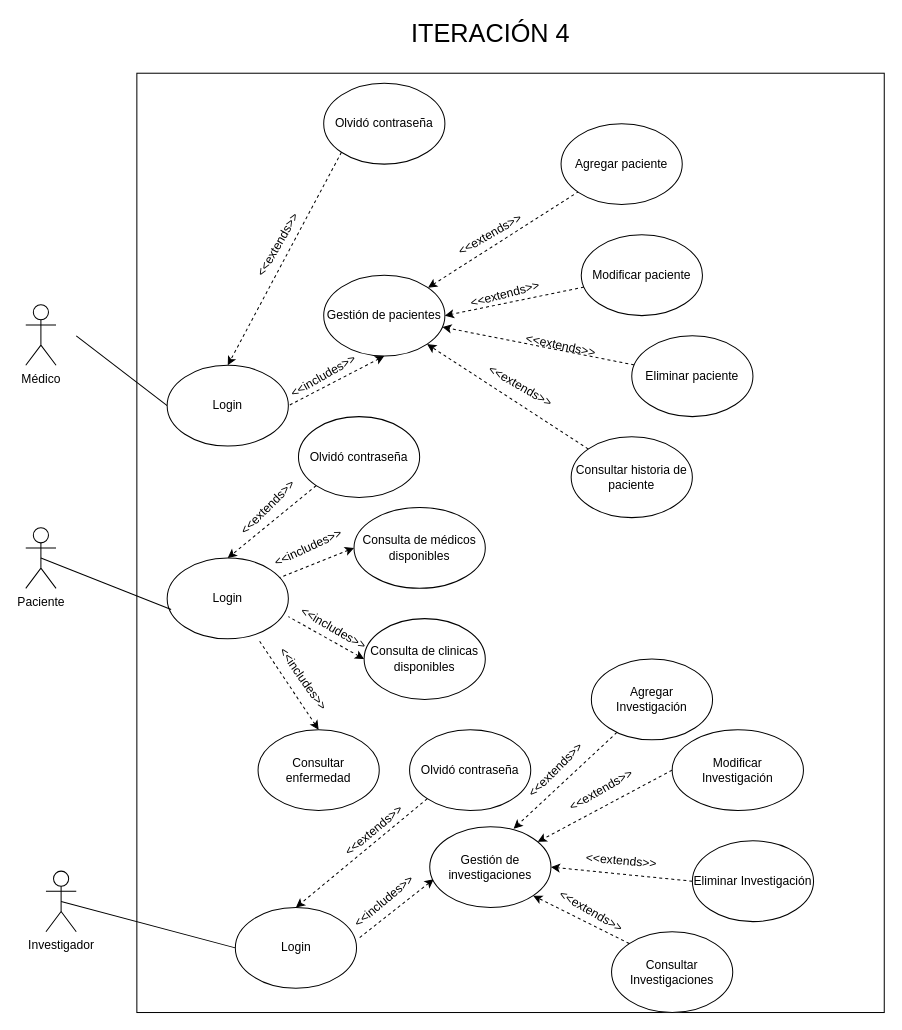
NeutronBlast/IS-Ex keeps this draw.io diagram as MET/CU-IT4.drawio. Above is the earlier version. Source tidied: cells renumbered, new cells numbered last; positions are measured from the earlier drawing's top-left corner, leaving out a move shared by most shapes. Both pictures are drawn from the tidied source at 101%, with x=0, y=0 at pixel (25, 22).
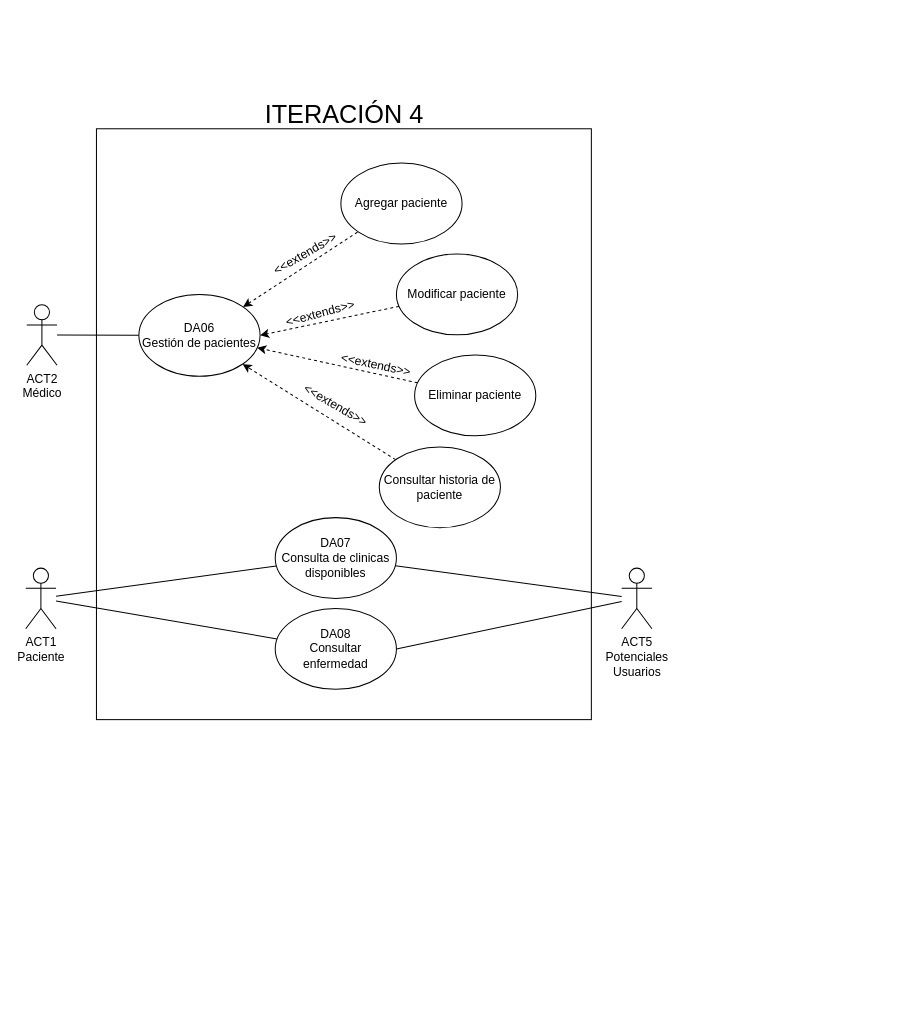
Above is the later version.

The edit, as a diff of the source:
```diff
@@
     <mxCell id="2" style="whiteSpace=wrap;html=1;" parent="1" vertex="1">
-      <mxGeometry x="110" y="50" width="740" height="930" as="geometry" />
+      <mxGeometry x="70" y="105" width="490" height="585" as="geometry" />
     </mxCell>
     <mxCell id="3" value="&lt;font style=&quot;font-size: 25px&quot;&gt;ITERACIÓN 4&lt;/font&gt;" style="text;html=1;align=center;verticalAlign=middle;" parent="1" vertex="1">
-      <mxGeometry x="375" width="170" height="20" as="geometry" />
+      <mxGeometry x="230" y="80" width="170" height="20" as="geometry" />
     </mxCell>
-    <mxCell id="4" value="Paciente" style="shape=umlActor;verticalLabelPosition=bottom;labelBackgroundColor=#ffffff;verticalAlign=top;html=1;outlineConnect=0;" parent="1" vertex="1">
-      <mxGeometry y="500" width="30" height="60" as="geometry" />
-    </mxCell>
@@
-    <mxCell id="6" style="edgeStyle=none;rounded=0;jettySize=auto;html=1;exitX=0;exitY=0.5;exitDx=0;exitDy=0;startArrow=none;startFill=0;endArrow=none;endFill=0;" parent="1" edge="1" source="31">
-      <mxGeometry relative="1" as="geometry">
-        <mxPoint x="50" y="310" as="targetPoint" />
-      </mxGeometry>
+    <mxCell id="6" style="edgeStyle=none;rounded=0;jettySize=auto;html=1;startArrow=none;startFill=0;endArrow=none;endFill=0;exitX=0;exitY=0.5;exitDx=0;exitDy=0;" parent="1" edge="1" source="7" target="17">
+      <mxGeometry relative="1" as="geometry" />
     </mxCell>
-    <mxCell id="7" value="Gestión de pacientes" style="ellipse;whiteSpace=wrap;html=1;" parent="1" vertex="1">
-      <mxGeometry x="295" y="250" width="120" height="80" as="geometry" />
+    <mxCell id="7" value="DA06&lt;br&gt;Gestión de pacientes" style="ellipse;whiteSpace=wrap;html=1;" parent="1" vertex="1">
+      <mxGeometry x="112" y="269" width="120" height="81" as="geometry" />
     </mxCell>
     <mxCell id="8" value="Agregar paciente" style="ellipse;whiteSpace=wrap;html=1;" parent="1" vertex="1">
-      <mxGeometry x="530" y="100" width="120" height="80" as="geometry" />
+      <mxGeometry x="312" y="139" width="120" height="80" as="geometry" />
     </mxCell>
@@
     <mxCell id="10" value="Eliminar paciente" style="ellipse;whiteSpace=wrap;html=1;" parent="1" vertex="1">
-      <mxGeometry x="600" y="310" width="120" height="80" as="geometry" />
+      <mxGeometry x="385" y="329" width="120" height="80" as="geometry" />
     </mxCell>
@@
     <mxCell id="12" value="Consultar historia de paciente" style="ellipse;whiteSpace=wrap;html=1;" parent="1" vertex="1">
-      <mxGeometry x="540" y="410" width="120" height="80" as="geometry" />
+      <mxGeometry x="350" y="420" width="120" height="80" as="geometry" />
     </mxCell>
+    <mxCell id="61" style="rounded=0;jettySize=auto;html=1;endArrow=none;endFill=0;" parent="1" edge="1" source="13" target="65">
+      <mxGeometry relative="1" as="geometry" />
+    </mxCell>
+    <mxCell id="62" style="edgeStyle=none;rounded=0;jettySize=auto;html=1;endArrow=none;endFill=0;" parent="1" edge="1" source="13" target="64">
+      <mxGeometry relative="1" as="geometry" />
+    </mxCell>
-    <mxCell id="13" value="Consulta de clinicas disponibles" style="ellipse;whiteSpace=wrap;html=1;" parent="1" vertex="1">
-      <mxGeometry x="335" y="590" width="120" height="80" as="geometry" />
+    <mxCell id="13" value="DA07&lt;br&gt;Consulta de clinicas disponibles" style="ellipse;whiteSpace=wrap;html=1;" parent="1" vertex="1">
+      <mxGeometry x="247" y="490" width="120" height="80" as="geometry" />
     </mxCell>
+    <mxCell id="63" style="edgeStyle=none;rounded=0;jettySize=auto;html=1;endArrow=none;endFill=0;" parent="1" edge="1" source="14" target="65">
+      <mxGeometry relative="1" as="geometry" />
+    </mxCell>
-    <mxCell id="14" value="Consultar enfermedad" style="ellipse;whiteSpace=wrap;html=1;" parent="1" vertex="1">
-      <mxGeometry x="230" y="700" width="120" height="80" as="geometry" />
+    <mxCell id="14" value="DA08&lt;br&gt;Consultar enfermedad" style="ellipse;whiteSpace=wrap;html=1;" parent="1" vertex="1">
+      <mxGeometry x="247" y="580" width="120" height="80" as="geometry" />
     </mxCell>
@@
     <mxCell id="16" value="Modificar paciente" style="ellipse;whiteSpace=wrap;html=1;" parent="1" vertex="1">
-      <mxGeometry x="550" y="210" width="120" height="80" as="geometry" />
+      <mxGeometry x="367" y="229" width="120" height="80" as="geometry" />
     </mxCell>
-    <mxCell id="17" value="Médico" style="shape=umlActor;verticalLabelPosition=bottom;labelBackgroundColor=#ffffff;verticalAlign=top;html=1;outlineConnect=0;" parent="1" vertex="1">
-      <mxGeometry y="279.2" width="30" height="60" as="geometry" />
+    <mxCell id="17" value="ACT2&lt;br&gt;Médico" style="shape=umlActor;verticalLabelPosition=bottom;labelBackgroundColor=#ffffff;verticalAlign=top;html=1;outlineConnect=0;" parent="1" vertex="1">
+      <mxGeometry x="1" y="279.2" width="30" height="60" as="geometry" />
     </mxCell>
     <mxCell id="18" value="&amp;lt;&amp;lt;extends&amp;gt;&amp;gt;" style="text;html=1;strokeColor=none;fillColor=none;align=center;verticalAlign=middle;whiteSpace=wrap;rounded=0;rotation=-30;" parent="1" vertex="1">
-      <mxGeometry x="440" y="200" width="40" height="20" as="geometry" />
+      <mxGeometry x="257" y="219" width="40" height="20" as="geometry" />
     </mxCell>
     <mxCell id="19" value="&amp;lt;&amp;lt;extends&amp;gt;&amp;gt;" style="text;html=1;strokeColor=none;fillColor=none;align=center;verticalAlign=middle;whiteSpace=wrap;rounded=0;rotation=-15;" parent="1" vertex="1">
-      <mxGeometry x="455" y="259.2" width="40" height="20" as="geometry" />
+      <mxGeometry x="272" y="278.2" width="40" height="20" as="geometry" />
     </mxCell>
     <mxCell id="20" value="&amp;lt;&amp;lt;extends&amp;gt;&amp;gt;" style="text;html=1;strokeColor=none;fillColor=none;align=center;verticalAlign=middle;whiteSpace=wrap;rounded=0;rotation=12;" parent="1" vertex="1">
-      <mxGeometry x="510" y="310" width="40" height="20" as="geometry" />
+      <mxGeometry x="327" y="329" width="40" height="20" as="geometry" />
     </mxCell>
     <mxCell id="21" value="&amp;lt;&amp;lt;extends&amp;gt;&amp;gt;" style="text;html=1;strokeColor=none;fillColor=none;align=center;verticalAlign=middle;whiteSpace=wrap;rounded=0;rotation=30;" parent="1" vertex="1">
-      <mxGeometry x="470" y="350" width="40" height="20" as="geometry" />
+      <mxGeometry x="287" y="369" width="40" height="20" as="geometry" />
     </mxCell>
-    <mxCell id="22" value="Consulta de médicos disponibles" style="ellipse;whiteSpace=wrap;html=1;" parent="1" vertex="1">
-      <mxGeometry x="325" y="480" width="130" height="80" as="geometry" />
-    </mxCell>
-    <mxCell id="23" value="Login" style="ellipse;whiteSpace=wrap;html=1;" parent="1" vertex="1">
-      <mxGeometry x="140" y="530" width="120" height="80" as="geometry" />
-    </mxCell>
-    <mxCell id="24" style="edgeStyle=none;rounded=0;jettySize=auto;html=1;exitX=0.033;exitY=0.638;exitDx=0;exitDy=0;startArrow=none;startFill=0;endArrow=none;endFill=0;entryX=0.5;entryY=0.5;entryDx=0;entryDy=0;entryPerimeter=0;exitPerimeter=0;" parent="1" edge="1" source="23" target="4">
+    <mxCell id="24" style="edgeStyle=none;rounded=0;jettySize=auto;html=1;exitX=1;exitY=0.5;exitDx=0;exitDy=0;startArrow=none;startFill=0;endArrow=none;endFill=0;" parent="1" edge="1" source="14" target="64">
       <mxGeometry relative="1" as="geometry" />
     </mxCell>
-    <mxCell id="25" style="edgeStyle=none;rounded=0;jettySize=auto;html=1;dashed=1;startArrow=classic;startFill=1;endArrow=none;endFill=0;exitX=0;exitY=0.5;exitDx=0;exitDy=0;" parent="1" edge="1" source="22" target="23">
-      <mxGeometry relative="1" as="geometry" />
-    </mxCell>
-    <mxCell id="26" style="edgeStyle=none;rounded=0;jettySize=auto;html=1;dashed=1;startArrow=classic;startFill=1;endArrow=none;endFill=0;exitX=0;exitY=0.5;exitDx=0;exitDy=0;entryX=1;entryY=0.725;entryDx=0;entryDy=0;entryPerimeter=0;" parent="1" edge="1" source="13" target="23">
-      <mxGeometry relative="1" as="geometry" />
-    </mxCell>
-    <mxCell id="27" style="edgeStyle=none;rounded=0;jettySize=auto;html=1;dashed=1;startArrow=classic;startFill=1;endArrow=none;endFill=0;exitX=0.5;exitY=0;exitDx=0;exitDy=0;entryX=0.75;entryY=1;entryDx=0;entryDy=0;entryPerimeter=0;" parent="1" edge="1" source="14" target="23">
-      <mxGeometry relative="1" as="geometry" />
-    </mxCell>
-    <mxCell id="28" value="&amp;lt;&amp;lt;includes&amp;gt;&amp;gt;" style="text;html=1;strokeColor=none;fillColor=none;align=center;verticalAlign=middle;whiteSpace=wrap;rounded=0;rotation=-25;" parent="1" vertex="1">
-      <mxGeometry x="260" y="510" width="40" height="20" as="geometry" />
-    </mxCell>
-    <mxCell id="29" value="&amp;lt;&amp;lt;includes&amp;gt;&amp;gt;" style="text;html=1;strokeColor=none;fillColor=none;align=center;verticalAlign=middle;whiteSpace=wrap;rounded=0;rotation=30;" parent="1" vertex="1">
-      <mxGeometry x="285" y="590" width="40" height="20" as="geometry" />
-    </mxCell>
-    <mxCell id="30" value="&amp;lt;&amp;lt;includes&amp;gt;&amp;gt;" style="text;html=1;strokeColor=none;fillColor=none;align=center;verticalAlign=middle;whiteSpace=wrap;rounded=0;rotation=55;" parent="1" vertex="1">
-      <mxGeometry x="255" y="640" width="40" height="20" as="geometry" />
-    </mxCell>
-    <mxCell id="31" value="Login" style="ellipse;whiteSpace=wrap;html=1;" parent="1" vertex="1">
-      <mxGeometry x="140" y="339.2" width="120" height="80" as="geometry" />
-    </mxCell>
-    <mxCell id="32" style="edgeStyle=none;rounded=0;jettySize=auto;html=1;entryX=1;entryY=0.5;entryDx=0;entryDy=0;dashed=1;startArrow=classic;startFill=1;endArrow=none;endFill=0;exitX=0.5;exitY=1;exitDx=0;exitDy=0;" parent="1" edge="1" source="7" target="31">
-      <mxGeometry relative="1" as="geometry" />
-    </mxCell>
-    <mxCell id="33" value="&lt;span&gt;&amp;lt;&amp;lt;includes&amp;gt;&amp;gt;&lt;/span&gt;" style="text;html=1;strokeColor=none;fillColor=none;align=center;verticalAlign=middle;whiteSpace=wrap;rounded=0;rotation=-30;" parent="1" vertex="1">
-      <mxGeometry x="275" y="340" width="40" height="20" as="geometry" />
-    </mxCell>
-    <mxCell id="34" value="Investigador" style="shape=umlActor;verticalLabelPosition=bottom;labelBackgroundColor=#ffffff;verticalAlign=top;html=1;outlineConnect=0;" parent="1" vertex="1">
-      <mxGeometry x="20" y="840" width="30" height="60" as="geometry" />
-    </mxCell>
-    <mxCell id="35" style="edgeStyle=none;rounded=0;jettySize=auto;html=1;exitX=0;exitY=0.5;exitDx=0;exitDy=0;startArrow=none;startFill=0;endArrow=none;endFill=0;entryX=0.5;entryY=0.5;entryDx=0;entryDy=0;entryPerimeter=0;" parent="1" edge="1" source="36" target="34">
-      <mxGeometry relative="1" as="geometry" />
-    </mxCell>
-    <mxCell id="36" value="Login" style="ellipse;whiteSpace=wrap;html=1;" parent="1" vertex="1">
-      <mxGeometry x="207.5" y="876" width="120" height="80" as="geometry" />
-    </mxCell>
-    <mxCell id="37" style="edgeStyle=none;rounded=0;jettySize=auto;html=1;entryX=1.013;entryY=0.388;entryDx=0;entryDy=0;dashed=1;startArrow=classic;startFill=1;endArrow=none;endFill=0;exitX=0.033;exitY=0.65;exitDx=0;exitDy=0;exitPerimeter=0;entryPerimeter=0;" parent="1" edge="1" source="43" target="36">
-      <mxGeometry relative="1" as="geometry" />
-    </mxCell>
-    <mxCell id="38" value="&lt;span&gt;&amp;lt;&amp;lt;includes&amp;gt;&amp;gt;&lt;/span&gt;" style="text;html=1;strokeColor=none;fillColor=none;align=center;verticalAlign=middle;whiteSpace=wrap;rounded=0;rotation=-40;" parent="1" vertex="1">
-      <mxGeometry x="335" y="860" width="40" height="20" as="geometry" />
-    </mxCell>
-    <mxCell id="39" value="Olvidó contraseña" style="ellipse;whiteSpace=wrap;html=1;" parent="1" vertex="1">
-      <mxGeometry x="270" y="390" width="120" height="80" as="geometry" />
-    </mxCell>
-    <mxCell id="40" style="edgeStyle=none;rounded=0;jettySize=auto;html=1;dashed=1;startArrow=none;startFill=0;endArrow=classic;endFill=1;exitX=0;exitY=1;exitDx=0;exitDy=0;entryX=0.5;entryY=0;entryDx=0;entryDy=0;" parent="1" edge="1" source="39" target="23">
-      <mxGeometry relative="1" as="geometry" />
-    </mxCell>
-    <mxCell id="41" value="Olvidó contraseña" style="ellipse;whiteSpace=wrap;html=1;" parent="1" vertex="1">
-      <mxGeometry x="295" y="60" width="120" height="80" as="geometry" />
-    </mxCell>
-    <mxCell id="42" style="edgeStyle=none;rounded=0;jettySize=auto;html=1;dashed=1;startArrow=none;startFill=0;endArrow=classic;endFill=1;exitX=0;exitY=1;exitDx=0;exitDy=0;entryX=0.5;entryY=0;entryDx=0;entryDy=0;" parent="1" edge="1" source="41" target="31">
-      <mxGeometry relative="1" as="geometry" />
-    </mxCell>
-    <mxCell id="43" value="Gestión de investigaciones" style="ellipse;whiteSpace=wrap;html=1;" parent="1" vertex="1">
-      <mxGeometry x="400" y="796" width="120" height="80" as="geometry" />
-    </mxCell>
-    <mxCell id="44" value="Consultar Investigaciones" style="ellipse;whiteSpace=wrap;html=1;" parent="1" vertex="1">
-      <mxGeometry x="580" y="900" width="120" height="80" as="geometry" />
-    </mxCell>
-    <mxCell id="45" value="Modificar&lt;br&gt;Investigación" style="ellipse;whiteSpace=wrap;html=1;" parent="1" vertex="1">
-      <mxGeometry x="640" y="700" width="130" height="80" as="geometry" />
-    </mxCell>
-    <mxCell id="46" value="Agregar&lt;br&gt;Investigación" style="ellipse;whiteSpace=wrap;html=1;" parent="1" vertex="1">
-      <mxGeometry x="560" y="630" width="120" height="80" as="geometry" />
-    </mxCell>
-    <mxCell id="47" value="Eliminar Investigación" style="ellipse;whiteSpace=wrap;html=1;" parent="1" vertex="1">
-      <mxGeometry x="660" y="810" width="120" height="80" as="geometry" />
-    </mxCell>
-    <mxCell id="48" value="Olvidó contraseña" style="ellipse;whiteSpace=wrap;html=1;" parent="1" vertex="1">
-      <mxGeometry x="380" y="700" width="120" height="80" as="geometry" />
-    </mxCell>
-    <mxCell id="49" style="edgeStyle=none;rounded=0;jettySize=auto;html=1;dashed=1;startArrow=none;startFill=0;endArrow=classic;endFill=1;exitX=0;exitY=1;exitDx=0;exitDy=0;entryX=0.5;entryY=0;entryDx=0;entryDy=0;" parent="1" edge="1" source="48" target="36">
-      <mxGeometry relative="1" as="geometry" />
-    </mxCell>
-    <mxCell id="50" value="&amp;lt;&amp;lt;extends&amp;gt;&amp;gt;" style="text;html=1;strokeColor=none;fillColor=none;align=center;verticalAlign=middle;whiteSpace=wrap;rounded=0;rotation=-40;" parent="1" vertex="1">
-      <mxGeometry x="325" y="790" width="40" height="20" as="geometry" />
-    </mxCell>
-    <mxCell id="51" style="edgeStyle=none;rounded=0;jettySize=auto;html=1;dashed=1;startArrow=none;startFill=0;endArrow=classic;endFill=1;exitX=0;exitY=0;exitDx=0;exitDy=0;entryX=1;entryY=1;entryDx=0;entryDy=0;" parent="1" edge="1" source="44" target="43">
-      <mxGeometry relative="1" as="geometry" />
-    </mxCell>
-    <mxCell id="52" style="edgeStyle=none;rounded=0;jettySize=auto;html=1;dashed=1;startArrow=none;startFill=0;endArrow=classic;endFill=1;exitX=0;exitY=0.5;exitDx=0;exitDy=0;entryX=1;entryY=0.5;entryDx=0;entryDy=0;" parent="1" edge="1" source="47" target="43">
-      <mxGeometry relative="1" as="geometry" />
-    </mxCell>
-    <mxCell id="53" style="edgeStyle=none;rounded=0;jettySize=auto;html=1;dashed=1;startArrow=none;startFill=0;endArrow=classic;endFill=1;exitX=0;exitY=0.5;exitDx=0;exitDy=0;" parent="1" edge="1" source="45" target="43">
-      <mxGeometry relative="1" as="geometry" />
-    </mxCell>
-    <mxCell id="54" style="edgeStyle=none;rounded=0;jettySize=auto;html=1;dashed=1;startArrow=none;startFill=0;endArrow=classic;endFill=1;entryX=0.692;entryY=0.025;entryDx=0;entryDy=0;entryPerimeter=0;" parent="1" edge="1" source="46" target="43">
-      <mxGeometry relative="1" as="geometry" />
-    </mxCell>
-    <mxCell id="55" value="&amp;lt;&amp;lt;extends&amp;gt;&amp;gt;" style="text;html=1;strokeColor=none;fillColor=none;align=center;verticalAlign=middle;whiteSpace=wrap;rounded=0;rotation=-45;" parent="1" vertex="1">
-      <mxGeometry x="505" y="730" width="40" height="20" as="geometry" />
-    </mxCell>
-    <mxCell id="56" value="&amp;lt;&amp;lt;extends&amp;gt;&amp;gt;" style="text;html=1;strokeColor=none;fillColor=none;align=center;verticalAlign=middle;whiteSpace=wrap;rounded=0;rotation=-30;" parent="1" vertex="1">
-      <mxGeometry x="550" y="750" width="40" height="20" as="geometry" />
-    </mxCell>
-    <mxCell id="57" value="&amp;lt;&amp;lt;extends&amp;gt;&amp;gt;" style="text;html=1;strokeColor=none;fillColor=none;align=center;verticalAlign=middle;whiteSpace=wrap;rounded=0;rotation=5;" parent="1" vertex="1">
-      <mxGeometry x="570" y="820" width="40" height="20" as="geometry" />
-    </mxCell>
-    <mxCell id="58" value="&amp;lt;&amp;lt;extends&amp;gt;&amp;gt;" style="text;html=1;strokeColor=none;fillColor=none;align=center;verticalAlign=middle;whiteSpace=wrap;rounded=0;rotation=30;" parent="1" vertex="1">
-      <mxGeometry x="540" y="870" width="40" height="20" as="geometry" />
-    </mxCell>
-    <mxCell id="59" value="&amp;lt;&amp;lt;extends&amp;gt;&amp;gt;" style="text;html=1;strokeColor=none;fillColor=none;align=center;verticalAlign=middle;whiteSpace=wrap;rounded=0;rotation=-45;" parent="1" vertex="1">
-      <mxGeometry x="220" y="470" width="40" height="20" as="geometry" />
-    </mxCell>
-    <mxCell id="60" value="&amp;lt;&amp;lt;extends&amp;gt;&amp;gt;" style="text;html=1;strokeColor=none;fillColor=none;align=center;verticalAlign=middle;whiteSpace=wrap;rounded=0;rotation=-60;" parent="1" vertex="1">
-      <mxGeometry x="230" y="210" width="40" height="20" as="geometry" />
-    </mxCell>
+    <mxCell id="64" value="ACT5&lt;br&gt;Potenciales&lt;br&gt;Usuarios" style="shape=umlActor;verticalLabelPosition=bottom;labelBackgroundColor=#ffffff;verticalAlign=top;html=1;outlineConnect=0;" parent="1" vertex="1">
+      <mxGeometry x="590" y="540" width="30" height="60" as="geometry" />
+    </mxCell>
+    <mxCell id="65" value="ACT1&lt;br&gt;Paciente" style="shape=umlActor;verticalLabelPosition=bottom;labelBackgroundColor=#ffffff;verticalAlign=top;html=1;outlineConnect=0;" parent="1" vertex="1">
+      <mxGeometry y="540" width="30" height="60" as="geometry" />
+    </mxCell>
```
